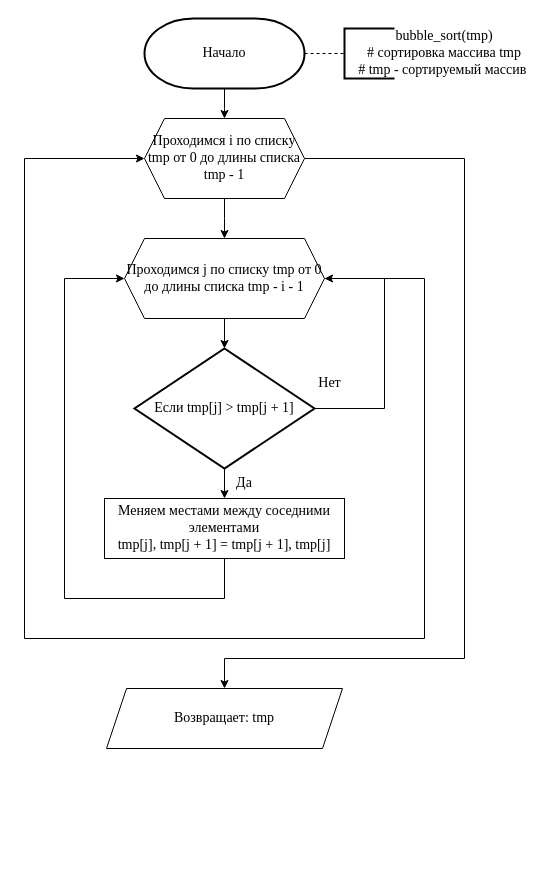
This is page "Страница 6" (6 of 9) of 1 курс/1 семестр/Информатика/Практические работы/12/Диаграмма 12.drawio from Kirill010/RTU-MIREA, a draw.io file, before an edit. Source tidied: cells renumbered, new cells numbered last; positions are measured from the earlier drawing's top-left corner, leaving out a move shared by most shapes. Both pictures are drawn from the tidied source at 100%, with x=0, y=0 at pixel (24, 18).
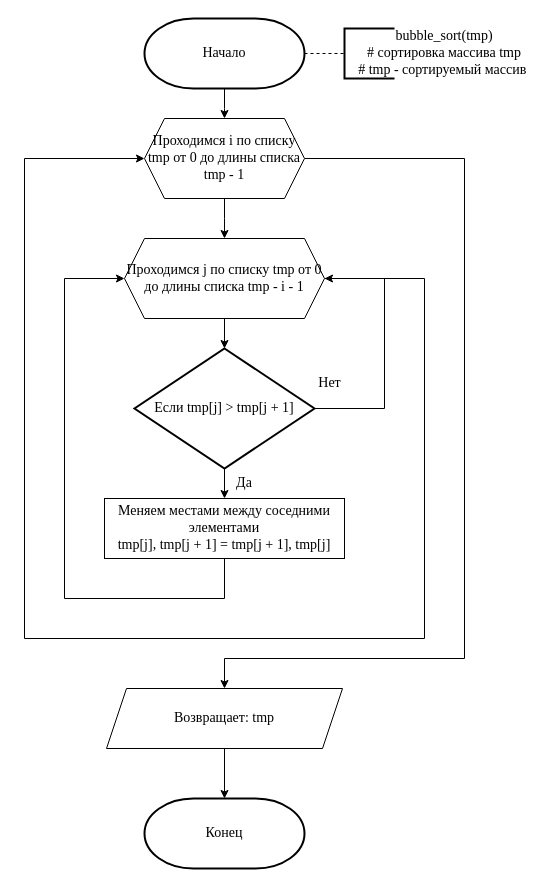
The same diagram, later.

The change refers to these unchanged cells:
```xml
<mxCell id="20" value="Возвращает: tmp" style="shape=parallelogram;perimeter=parallelogramPerimeter;whiteSpace=wrap;html=1;fixedSize=1;fontFamily=Times New Roman;fontSize=14;" parent="1" vertex="1">
  <mxGeometry x="82" y="670" width="236" height="60" as="geometry" />
</mxCell>
```

What changed in the source:
```diff
@@
+    <mxCell id="21" style="edgeStyle=orthogonalEdgeStyle;rounded=0;jettySize=auto;html=1;" parent="1" edge="1" source="20" target="22">
+      <mxGeometry relative="1" as="geometry" />
+    </mxCell>
@@
+    <mxCell id="22" value="&lt;font style=&quot;font-size: 14px;&quot; face=&quot;Times New Roman&quot;&gt;Конец&lt;/font&gt;" style="strokeWidth=2;html=1;shape=mxgraph.flowchart.terminator;whiteSpace=wrap;" parent="1" vertex="1">
+      <mxGeometry x="120" y="780" width="160" height="70" as="geometry" />
+    </mxCell>
```
